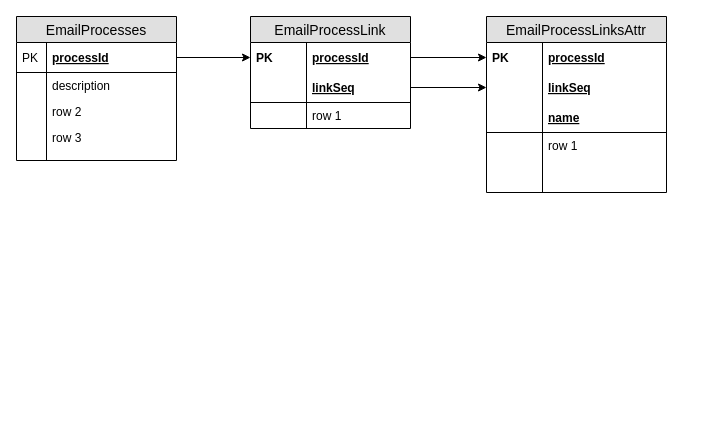
This is Untitled Diagram.drawio from eyallit/draw.io, a draw.io file, before an edit. Source tidied: cells renumbered, new cells numbered last; positions are measured from the earlier drawing's top-left corner, leaving out a move shared by most shapes. Both pictures are drawn from the tidied source at 100%, with x=0, y=0 at pixel (16, 16).
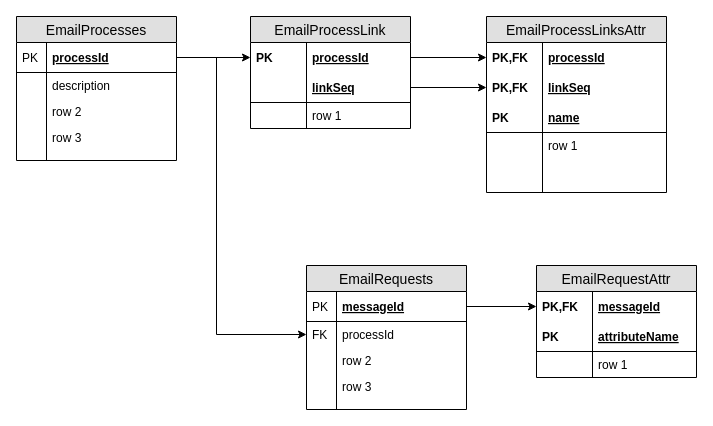
The same page after the edit.

The change refers to these unchanged cells:
```xml
<mxCell id="3" value="processId" style="shape=partialRectangle;top=0;left=0;right=0;bottom=1;align=left;verticalAlign=middle;fillColor=none;spacingLeft=34;spacingRight=4;overflow=hidden;points=[[0,0.5],[1,0.5]];portConstraint=eastwest;fontStyle=5;fontSize=12;" parent="2" vertex="1">
  <mxGeometry y="26" width="160" height="30" as="geometry" />
</mxCell>
<mxCell id="22" value="processId" style="shape=partialRectangle;top=0;left=0;right=0;bottom=0;align=left;verticalAlign=middle;fillColor=none;spacingLeft=60;spacingRight=4;overflow=hidden;points=[[0,0.5],[1,0.5]];portConstraint=eastwest;fontStyle=5;fontSize=12;" parent="21" vertex="1">
  <mxGeometry y="26" width="180" height="30" as="geometry" />
</mxCell>
<mxCell id="24" value="linkSeq" style="shape=partialRectangle;top=0;left=0;right=0;bottom=1;align=left;verticalAlign=middle;fillColor=none;spacingLeft=60;spacingRight=4;overflow=hidden;points=[[0,0.5],[1,0.5]];portConstraint=eastwest;fontStyle=5;fontSize=12;strokeColor=none;" parent="21" vertex="1">
  <mxGeometry y="56" width="180" height="30" as="geometry" />
</mxCell>
<mxCell id="26" value="name" style="shape=partialRectangle;top=0;left=0;right=0;bottom=1;align=left;verticalAlign=middle;fillColor=none;spacingLeft=60;spacingRight=4;overflow=hidden;fontStyle=5;fontSize=12;strokeColor=#000000;" parent="21" vertex="1">
  <mxGeometry y="86" width="180" height="30" as="geometry" />
</mxCell>
```

Diff of the diagram source:
```diff
@@
-    <mxCell id="23" value="PK" style="shape=partialRectangle;fontStyle=1;top=0;left=0;bottom=0;fillColor=none;align=left;verticalAlign=middle;spacingLeft=4;spacingRight=4;overflow=hidden;fontSize=12;" parent="22" vertex="1">
+    <mxCell id="23" value="PK,FK" style="shape=partialRectangle;fontStyle=1;top=0;left=0;bottom=0;fillColor=none;align=left;verticalAlign=middle;spacingLeft=4;spacingRight=4;overflow=hidden;fontSize=12;" parent="22" vertex="1">
       <mxGeometry width="56" height="30" as="geometry" />
     </mxCell>
@@
-    <mxCell id="25" style="shape=partialRectangle;fontStyle=1;top=0;left=0;bottom=0;fillColor=none;align=left;verticalAlign=middle;spacingLeft=4;spacingRight=4;overflow=hidden;fontSize=12;" parent="24" vertex="1">
+    <mxCell id="25" value="PK,FK" style="shape=partialRectangle;fontStyle=1;top=0;left=0;bottom=0;fillColor=none;align=left;verticalAlign=middle;spacingLeft=4;spacingRight=4;overflow=hidden;fontSize=12;" parent="24" vertex="1">
       <mxGeometry width="56" height="30" as="geometry" />
     </mxCell>
@@
-    <mxCell id="27" style="shape=partialRectangle;fontStyle=1;top=0;left=0;bottom=0;fillColor=none;align=left;verticalAlign=middle;spacingLeft=4;spacingRight=4;overflow=hidden;fontSize=12;" parent="26" vertex="1">
+    <mxCell id="27" value="PK" style="shape=partialRectangle;fontStyle=1;top=0;left=0;bottom=0;fillColor=none;align=left;verticalAlign=middle;spacingLeft=4;spacingRight=4;overflow=hidden;fontSize=12;" parent="26" vertex="1">
       <mxGeometry width="56" height="30" as="geometry" />
     </mxCell>
@@
+    <mxCell id="32" value="EmailRequests" style="swimlane;fontStyle=0;horizontal=1;startSize=26;fillColor=#e0e0e0;swimlaneFillColor=#ffffff;align=center;fontSize=14;strokeColor=#000000;" parent="1" vertex="1">
+      <mxGeometry x="290" y="249" width="160" height="144" as="geometry" />
+    </mxCell>
+    <mxCell id="33" value="messageId" style="shape=partialRectangle;top=0;left=0;right=0;bottom=1;align=left;verticalAlign=middle;fillColor=none;spacingLeft=34;spacingRight=4;overflow=hidden;points=[[0,0.5],[1,0.5]];portConstraint=eastwest;fontStyle=5;fontSize=12;" parent="32" vertex="1">
+      <mxGeometry y="26" width="160" height="30" as="geometry" />
+    </mxCell>
+    <mxCell id="34" value="PK" style="shape=partialRectangle;top=0;left=0;bottom=0;fillColor=none;align=left;verticalAlign=middle;spacingLeft=4;spacingRight=4;overflow=hidden;fontSize=12;" parent="33" vertex="1">
+      <mxGeometry width="30" height="30" as="geometry" />
+    </mxCell>
+    <mxCell id="35" value="processId" style="shape=partialRectangle;top=0;left=0;right=0;bottom=0;align=left;verticalAlign=top;fillColor=none;spacingLeft=34;spacingRight=4;overflow=hidden;points=[[0,0.5],[1,0.5]];portConstraint=eastwest;fontSize=12;" parent="32" vertex="1">
+      <mxGeometry y="56" width="160" height="26" as="geometry" />
+    </mxCell>
+    <mxCell id="36" value="FK" style="shape=partialRectangle;top=0;left=0;bottom=0;fillColor=none;align=left;verticalAlign=top;spacingLeft=4;spacingRight=4;overflow=hidden;fontSize=12;" parent="35" vertex="1">
+      <mxGeometry width="30" height="26" as="geometry" />
+    </mxCell>
+    <mxCell id="37" value="row 2" style="shape=partialRectangle;top=0;left=0;right=0;bottom=0;align=left;verticalAlign=top;fillColor=none;spacingLeft=34;spacingRight=4;overflow=hidden;fontSize=12;" parent="32" vertex="1">
+      <mxGeometry y="82" width="160" height="26" as="geometry" />
+    </mxCell>
+    <mxCell id="38" style="shape=partialRectangle;top=0;left=0;bottom=0;fillColor=none;align=left;verticalAlign=top;spacingLeft=4;spacingRight=4;overflow=hidden;fontSize=12;" parent="37" vertex="1">
+      <mxGeometry width="30" height="26" as="geometry" />
+    </mxCell>
+    <mxCell id="39" value="row 3" style="shape=partialRectangle;top=0;left=0;right=0;bottom=0;align=left;verticalAlign=top;fillColor=none;spacingLeft=34;spacingRight=4;overflow=hidden;fontSize=12;" parent="32" vertex="1">
+      <mxGeometry y="108" width="160" height="26" as="geometry" />
+    </mxCell>
+    <mxCell id="40" style="shape=partialRectangle;top=0;left=0;bottom=0;fillColor=none;align=left;verticalAlign=top;spacingLeft=4;spacingRight=4;overflow=hidden;fontSize=12;" parent="39" vertex="1">
+      <mxGeometry width="30" height="26" as="geometry" />
+    </mxCell>
+    <mxCell id="41" style="shape=partialRectangle;top=0;left=0;right=0;bottom=0;align=left;verticalAlign=top;fillColor=none;spacingLeft=34;spacingRight=4;overflow=hidden;fontSize=12;" parent="32" vertex="1">
+      <mxGeometry y="134" width="160" height="10" as="geometry" />
+    </mxCell>
+    <mxCell id="42" style="shape=partialRectangle;top=0;left=0;bottom=0;fillColor=none;align=left;verticalAlign=top;spacingLeft=4;spacingRight=4;overflow=hidden;fontSize=12;" parent="41" vertex="1">
+      <mxGeometry width="30" height="10" as="geometry" />
+    </mxCell>
+    <mxCell id="43" style="edgeStyle=orthogonalEdgeStyle;rounded=0;jettySize=auto;html=1;" parent="1" edge="1" source="3" target="35">
+      <mxGeometry relative="1" as="geometry">
+        <Array as="points">
+          <mxPoint x="200" y="41" />
+          <mxPoint x="200" y="318" />
+        </Array>
+      </mxGeometry>
+    </mxCell>
+    <mxCell id="44" value="EmailRequestAttr" style="swimlane;fontStyle=0;horizontal=1;startSize=26;fillColor=#e0e0e0;swimlaneFillColor=#ffffff;align=center;fontSize=14;strokeColor=#000000;" parent="1" vertex="1">
+      <mxGeometry x="520" y="249" width="160" height="112" as="geometry" />
+    </mxCell>
+    <mxCell id="45" value="messageId" style="shape=partialRectangle;top=0;left=0;right=0;bottom=0;align=left;verticalAlign=middle;fillColor=none;spacingLeft=60;spacingRight=4;overflow=hidden;points=[[0,0.5],[1,0.5]];portConstraint=eastwest;fontStyle=5;fontSize=12;" parent="44" vertex="1">
+      <mxGeometry y="26" width="160" height="30" as="geometry" />
+    </mxCell>
+    <mxCell id="46" value="PK,FK" style="shape=partialRectangle;fontStyle=1;top=0;left=0;bottom=0;fillColor=none;align=left;verticalAlign=middle;spacingLeft=4;spacingRight=4;overflow=hidden;fontSize=12;" parent="45" vertex="1">
+      <mxGeometry width="56" height="30" as="geometry" />
+    </mxCell>
+    <mxCell id="47" value="attributeName" style="shape=partialRectangle;top=0;left=0;right=0;bottom=1;align=left;verticalAlign=middle;fillColor=none;spacingLeft=60;spacingRight=4;overflow=hidden;fontStyle=5;fontSize=12;" parent="44" vertex="1">
+      <mxGeometry y="56" width="160" height="30" as="geometry" />
+    </mxCell>
+    <mxCell id="48" value="PK" style="shape=partialRectangle;fontStyle=1;top=0;left=0;bottom=0;fillColor=none;align=left;verticalAlign=middle;spacingLeft=4;spacingRight=4;overflow=hidden;fontSize=12;" parent="47" vertex="1">
+      <mxGeometry width="56" height="30" as="geometry" />
+    </mxCell>
+    <mxCell id="49" value="row 1" style="shape=partialRectangle;top=0;left=0;right=0;bottom=0;align=left;verticalAlign=top;fillColor=none;spacingLeft=60;spacingRight=4;overflow=hidden;fontSize=12;" parent="44" vertex="1">
+      <mxGeometry y="86" width="160" height="26" as="geometry" />
+    </mxCell>
+    <mxCell id="50" style="shape=partialRectangle;top=0;left=0;bottom=0;fillColor=none;align=left;verticalAlign=top;spacingLeft=4;spacingRight=4;overflow=hidden;fontSize=12;" parent="49" vertex="1">
+      <mxGeometry width="56" height="26" as="geometry" />
+    </mxCell>
+    <mxCell id="51" style="edgeStyle=orthogonalEdgeStyle;rounded=0;jettySize=auto;html=1;" parent="1" edge="1" source="33" target="45">
+      <mxGeometry relative="1" as="geometry" />
+    </mxCell>
```
